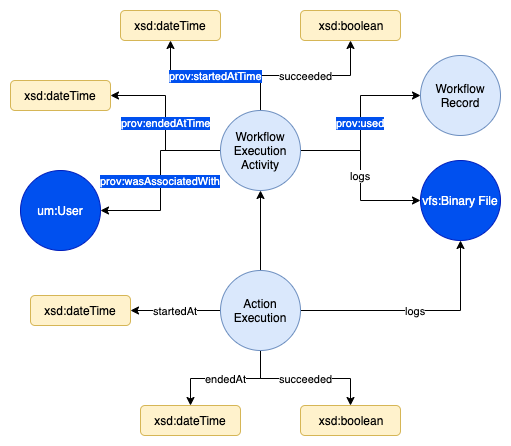
Before: latest/images/workflows/provenance_rdf.png, a diagram exported from draw.io (inovexcorp/mobi-docs). Source tidied: cells renumbered, new cells last; positions are measured from the earlier drawing's top-left corner, leaving out a move shared by most shapes. The source it was exported from:
```xml
<mxGraphModel>
  <root>
    <mxCell id="0" />
    <mxCell id="1" parent="0" />
    <mxCell id="2" value="&lt;span style=&quot;background-color: rgb(0 , 80 , 239)&quot;&gt;&lt;font color=&quot;#ffffff&quot;&gt;prov:used&lt;/font&gt;&lt;/span&gt;" style="edgeStyle=orthogonalEdgeStyle;rounded=0;jettySize=auto;html=1;spacingTop=0;" parent="1" edge="1" source="8" target="15">
      <mxGeometry relative="1" as="geometry" />
    </mxCell>
    <mxCell id="3" value="succeeded" style="edgeStyle=orthogonalEdgeStyle;rounded=0;jettySize=auto;html=1;" parent="1" edge="1" source="8" target="16">
      <mxGeometry relative="1" as="geometry" />
    </mxCell>
    <mxCell id="4" value="&lt;span style=&quot;background-color: rgb(0 , 80 , 239)&quot;&gt;&lt;font color=&quot;#ffffff&quot;&gt;prov:startedAtTime&lt;/font&gt;&lt;/span&gt;" style="edgeStyle=orthogonalEdgeStyle;rounded=0;jettySize=auto;html=1;" parent="1" edge="1" source="8" target="17">
      <mxGeometry relative="1" as="geometry" />
    </mxCell>
    <mxCell id="5" value="&lt;font color=&quot;#ffffff&quot; style=&quot;background-color: rgb(0 , 80 , 239)&quot;&gt;prov:endedAtTime&lt;/font&gt;" style="edgeStyle=orthogonalEdgeStyle;rounded=0;jettySize=auto;html=1;" parent="1" edge="1" source="8" target="18">
      <mxGeometry relative="1" as="geometry" />
    </mxCell>
    <mxCell id="6" value="&lt;font color=&quot;#ffffff&quot; style=&quot;background-color: rgb(0 , 80 , 239)&quot;&gt;prov:wasAssociatedWith&lt;/font&gt;" style="edgeStyle=orthogonalEdgeStyle;rounded=0;jettySize=auto;html=1;" parent="1" edge="1" source="8" target="19">
      <mxGeometry relative="1" as="geometry" />
    </mxCell>
    <mxCell id="7" value="logs" style="edgeStyle=orthogonalEdgeStyle;rounded=0;jettySize=auto;html=1;" parent="1" edge="1" source="8" target="20">
      <mxGeometry relative="1" as="geometry" />
    </mxCell>
    <mxCell id="8" value="Workflow Execution Activity" style="ellipse;whiteSpace=wrap;html=1;fillColor=#dae8fc;strokeColor=#6c8ebf;" parent="1" vertex="1">
      <mxGeometry x="210" y="100" width="80" height="80" as="geometry" />
    </mxCell>
    <mxCell id="9" style="edgeStyle=orthogonalEdgeStyle;rounded=0;jettySize=auto;html=1;" parent="1" edge="1" source="14" target="8">
      <mxGeometry relative="1" as="geometry" />
    </mxCell>
    <mxCell id="10" value="endedAt" style="edgeStyle=orthogonalEdgeStyle;rounded=0;jettySize=auto;html=1;" parent="1" edge="1" source="14" target="21">
      <mxGeometry relative="1" as="geometry" />
    </mxCell>
    <mxCell id="11" value="startedAt" style="edgeStyle=orthogonalEdgeStyle;rounded=0;jettySize=auto;html=1;" parent="1" edge="1" source="14" target="22">
      <mxGeometry relative="1" as="geometry" />
    </mxCell>
    <mxCell id="12" value="logs" style="edgeStyle=orthogonalEdgeStyle;rounded=0;jettySize=auto;html=1;" parent="1" edge="1" source="14" target="20">
      <mxGeometry relative="1" as="geometry" />
    </mxCell>
    <mxCell id="13" value="succeeded" style="edgeStyle=orthogonalEdgeStyle;rounded=0;jettySize=auto;html=1;" parent="1" edge="1" source="14" target="23">
      <mxGeometry relative="1" as="geometry" />
    </mxCell>
    <mxCell id="14" value="Action Execution" style="ellipse;whiteSpace=wrap;html=1;fillColor=#dae8fc;strokeColor=#6c8ebf;" parent="1" vertex="1">
      <mxGeometry x="210" y="260" width="80" height="80" as="geometry" />
    </mxCell>
    <mxCell id="15" value="Workflow&lt;br&gt;Record" style="ellipse;whiteSpace=wrap;html=1;fillColor=#dae8fc;strokeColor=#6c8ebf;" parent="1" vertex="1">
      <mxGeometry x="410" y="45" width="80" height="80" as="geometry" />
    </mxCell>
    <mxCell id="16" value="xsd:boolean" style="rounded=1;whiteSpace=wrap;html=1;fillColor=#fff2cc;strokeColor=#d6b656;" parent="1" vertex="1">
      <mxGeometry x="290" width="100" height="30" as="geometry" />
    </mxCell>
    <mxCell id="17" value="xsd:dateTime" style="rounded=1;whiteSpace=wrap;html=1;fillColor=#fff2cc;strokeColor=#d6b656;" parent="1" vertex="1">
      <mxGeometry x="110" width="100" height="30" as="geometry" />
    </mxCell>
    <mxCell id="18" value="xsd:dateTime" style="rounded=1;whiteSpace=wrap;html=1;fillColor=#fff2cc;strokeColor=#d6b656;" parent="1" vertex="1">
      <mxGeometry y="70" width="100" height="30" as="geometry" />
    </mxCell>
    <mxCell id="19" value="um:User" style="ellipse;whiteSpace=wrap;html=1;fillColor=#0050ef;strokeColor=#001DBC;fontColor=#ffffff;" parent="1" vertex="1">
      <mxGeometry x="10" y="160" width="80" height="80" as="geometry" />
    </mxCell>
    <mxCell id="20" value="vfs:Binary File" style="ellipse;whiteSpace=wrap;html=1;fillColor=#0050ef;strokeColor=#001DBC;fontColor=#ffffff;" parent="1" vertex="1">
      <mxGeometry x="410" y="150" width="80" height="80" as="geometry" />
    </mxCell>
    <mxCell id="21" value="xsd:dateTime" style="rounded=1;whiteSpace=wrap;html=1;fillColor=#fff2cc;strokeColor=#d6b656;" parent="1" vertex="1">
      <mxGeometry x="130" y="395" width="100" height="30" as="geometry" />
    </mxCell>
    <mxCell id="22" value="xsd:dateTime" style="rounded=1;whiteSpace=wrap;html=1;fillColor=#fff2cc;strokeColor=#d6b656;" parent="1" vertex="1">
      <mxGeometry x="20" y="285" width="100" height="30" as="geometry" />
    </mxCell>
    <mxCell id="23" value="xsd:boolean" style="rounded=1;whiteSpace=wrap;html=1;fillColor=#fff2cc;strokeColor=#d6b656;" parent="1" vertex="1">
      <mxGeometry x="290" y="395" width="100" height="30" as="geometry" />
    </mxCell>
  </root>
</mxGraphModel>
```
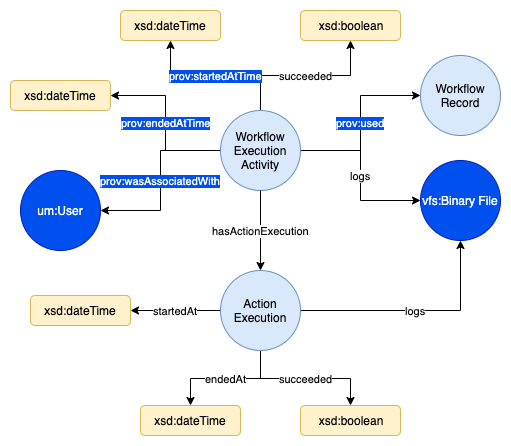
Above is the later version.

Diff of the diagram source:
```diff
@@ -23,7 +23,7 @@
     <mxCell id="8" value="Workflow Execution Activity" style="ellipse;whiteSpace=wrap;html=1;fillColor=#dae8fc;strokeColor=#6c8ebf;" parent="1" vertex="1">
       <mxGeometry x="210" y="100" width="80" height="80" as="geometry" />
     </mxCell>
-    <mxCell id="9" style="edgeStyle=orthogonalEdgeStyle;rounded=0;jettySize=auto;html=1;" parent="1" edge="1" source="14" target="8">
+    <mxCell id="9" value="hasActionExecution" style="edgeStyle=orthogonalEdgeStyle;rounded=0;jettySize=auto;html=1;startArrow=classic;startFill=1;endArrow=none;endFill=0;" parent="1" edge="1" source="14" target="8">
       <mxGeometry relative="1" as="geometry" />
     </mxCell>
     <mxCell id="10" value="endedAt" style="edgeStyle=orthogonalEdgeStyle;rounded=0;jettySize=auto;html=1;" parent="1" edge="1" source="14" target="21">
```
